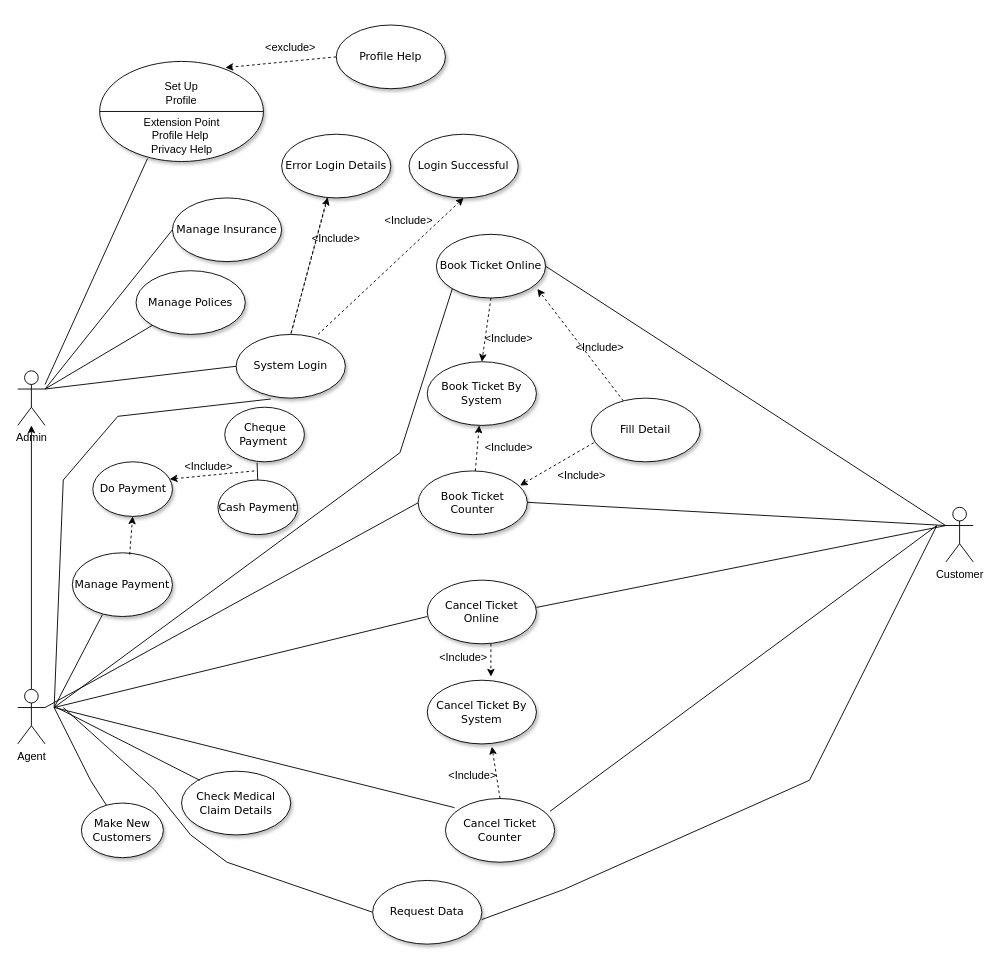
Earlier version of the draw.io diagram Untitled Diagram.drawio (rivinduchamath/Helth-Insurance-). Source tidied: cells renumbered, new cells numbered last; positions are measured from the earlier drawing's top-left corner, leaving out a move shared by most shapes. Both pictures are drawn from the tidied source at 91%, with x=0, y=0 at pixel (17, 15).
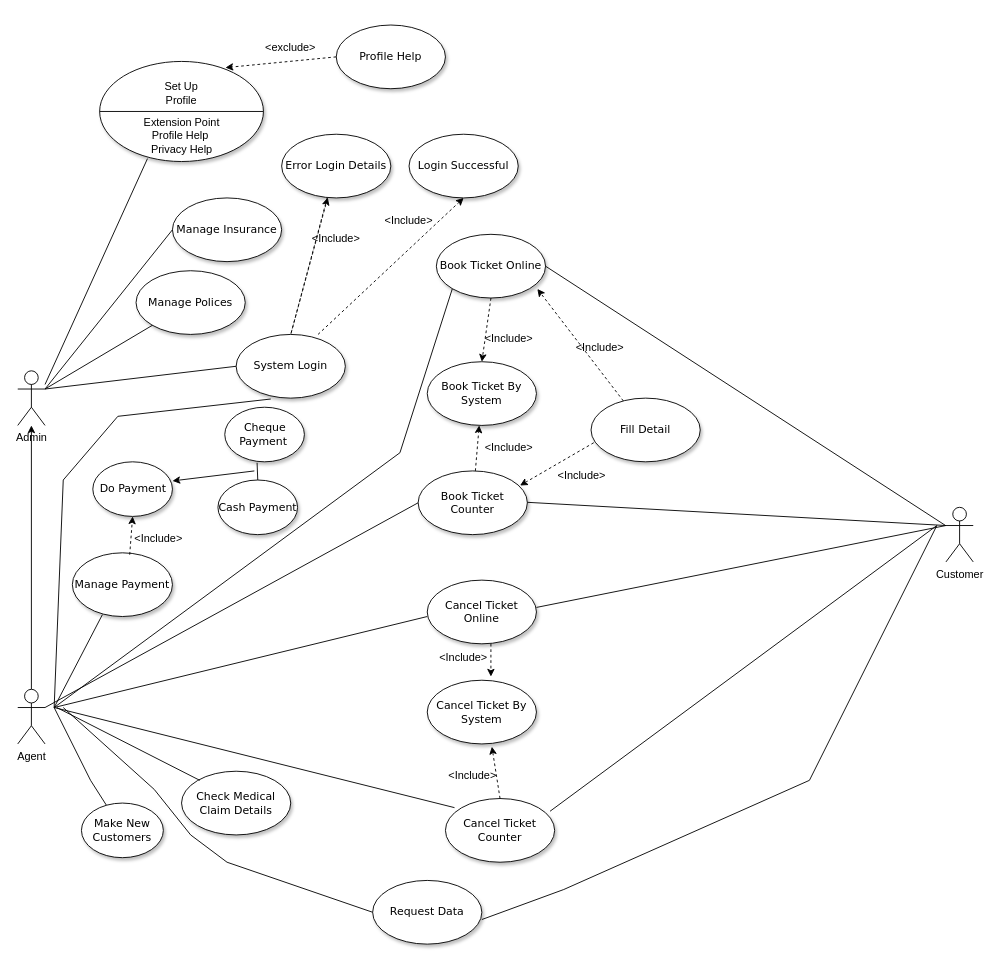
Above is the later version.

The change refers to these unchanged cells:
```xml
<mxCell id="64" value="Do Payment" style="ellipse;whiteSpace=wrap;html=1;rounded=0;shadow=1;comic=0;labelBackgroundColor=none;strokeWidth=1;fontFamily=Verdana;fontSize=12;align=center;" parent="1" vertex="1">
  <mxGeometry x="82.5" y="490" width="87.5" height="60" as="geometry" />
</mxCell>
```

Change to the diagram source:
```diff
@@
-    <mxCell id="69" style="endArrow=classic;html=1;rounded=0;dashed=1;entryX=0.966;entryY=0.317;entryDx=0;entryDy=0;entryPerimeter=0;" parent="1" edge="1" target="64">
-      <mxGeometry relative="1" as="geometry">
-        <mxPoint x="260" y="500" as="sourcePoint" />
-      </mxGeometry>
-    </mxCell>
     <mxCell id="70" value="&amp;lt;Include&amp;gt;" style="text;html=1;strokeColor=none;fillColor=none;align=center;verticalAlign=middle;whiteSpace=wrap;rounded=0;" parent="1" vertex="1">
-      <mxGeometry x="180" y="480" width="60" height="30" as="geometry" />
+      <mxGeometry x="125" y="560" width="60" height="30" as="geometry" />
     </mxCell>
+    <mxCell id="71" style="endArrow=classic;html=1;rounded=0;entryX=1;entryY=0.35;entryDx=0;entryDy=0;entryPerimeter=0;" parent="1" edge="1" target="64">
+      <mxGeometry relative="1" as="geometry">
+        <mxPoint x="260" y="500" as="sourcePoint" />
+      </mxGeometry>
+    </mxCell>
```
